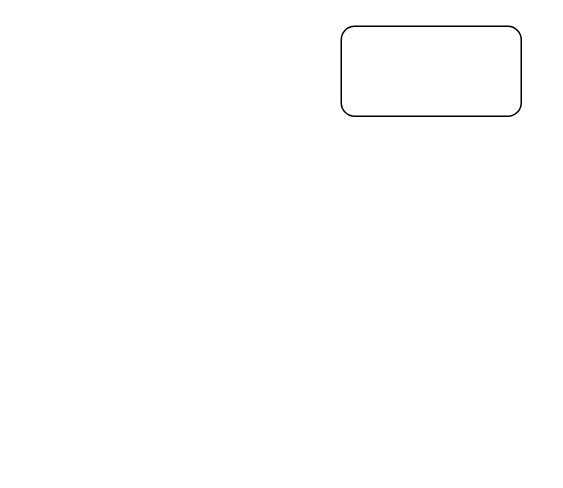
Before: Untitled Diagram.drawio in WildanBudiawanZ/labkom-informatika, a draw.io diagram. Source tidied: cells renumbered, new cells numbered last; positions are measured from the earlier drawing's top-left corner, leaving out a move shared by most shapes. Both pictures are drawn from the tidied source at 150%, with x=0, y=0 at pixel (340, 26).
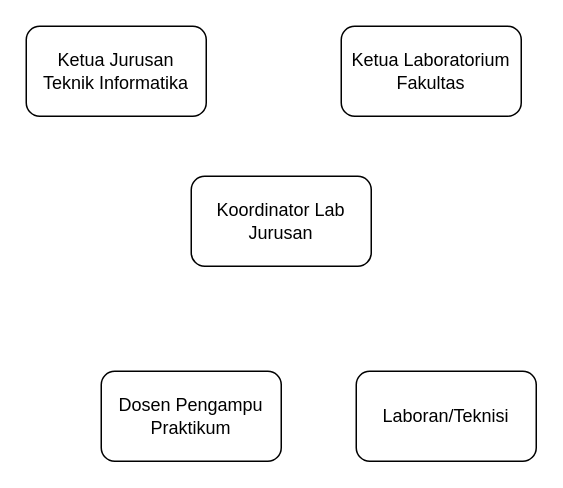
The same page after the edit.

Change to the diagram source:
```diff
@@
 <mxGraphModel>
   <root>
     <mxCell id="0" />
     <mxCell id="1" parent="0" />
-    <mxCell id="2" style="rounded=1;whiteSpace=wrap;html=1;" parent="1" vertex="1">
+    <mxCell id="2" value="Ketua Laboratorium Fakultas" style="rounded=1;whiteSpace=wrap;html=1;" parent="1" vertex="1">
       <mxGeometry width="120" height="60" as="geometry" />
     </mxCell>
+    <mxCell id="3" value="Koordinator Lab Jurusan" style="rounded=1;whiteSpace=wrap;html=1;" parent="1" vertex="1">
+      <mxGeometry x="-100" y="100" width="120" height="60" as="geometry" />
+    </mxCell>
+    <mxCell id="4" value="Ketua Jurusan&lt;div&gt;Teknik Informatika&lt;/div&gt;" style="rounded=1;whiteSpace=wrap;html=1;" parent="1" vertex="1">
+      <mxGeometry x="-210" width="120" height="60" as="geometry" />
+    </mxCell>
+    <mxCell id="5" value="Dosen Pengampu Praktikum" style="rounded=1;whiteSpace=wrap;html=1;" parent="1" vertex="1">
+      <mxGeometry x="-160" y="230" width="120" height="60" as="geometry" />
+    </mxCell>
+    <mxCell id="6" value="Laboran/Teknisi" style="rounded=1;whiteSpace=wrap;html=1;" parent="1" vertex="1">
+      <mxGeometry x="10" y="230" width="120" height="60" as="geometry" />
+    </mxCell>
   </root>
 </mxGraphModel>
```
